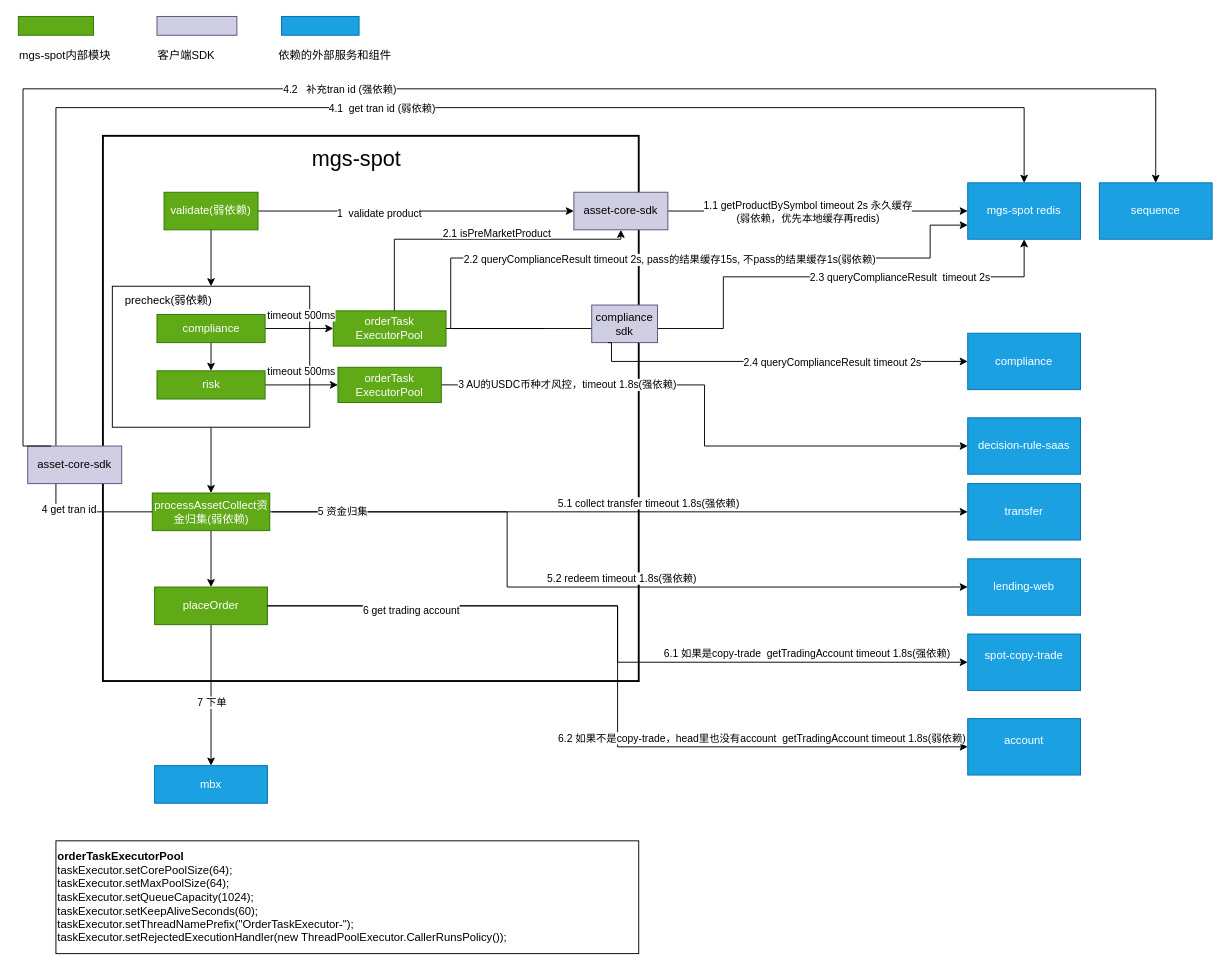
Before: doc/mgs-spot.drawio in jackjoesh/databend, a draw.io diagram. Source tidied: cells renumbered, new cells numbered last; positions are measured from the earlier drawing's top-left corner, leaving out a move shared by most shapes. Both pictures are drawn from the tidied source at 94%, with x=0, y=0 at pixel (18, 16).
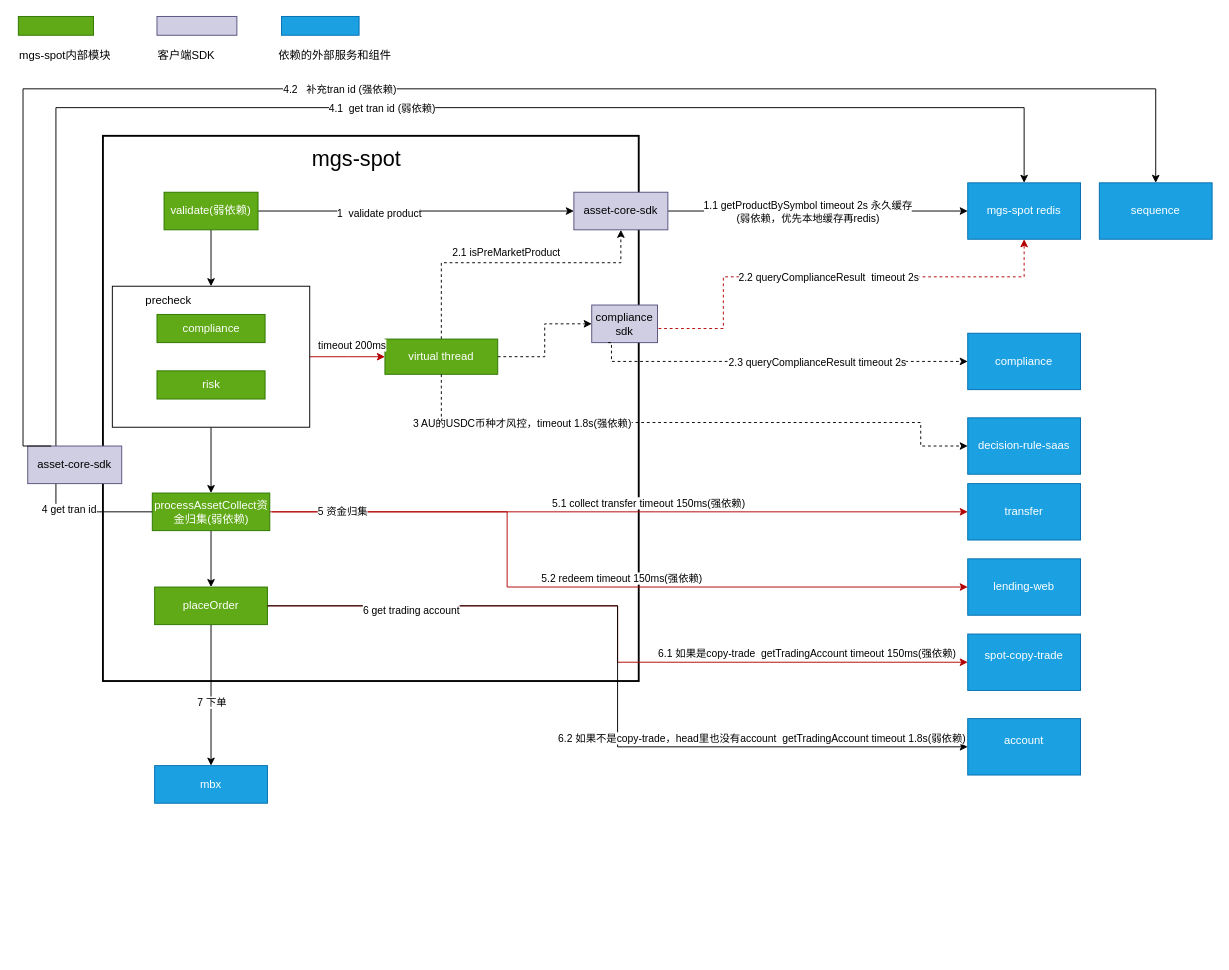
The same diagram, later.

Unchanged cells that the change refers to:
```xml
<mxCell id="11" style="rounded=0;whiteSpace=wrap;html=1;" parent="1" vertex="1">
  <mxGeometry x="100" y="287" width="210" height="150" as="geometry" />
</mxCell>
<mxCell id="15" value="processAssetCollect资金归集(弱依赖)" style="rounded=0;whiteSpace=wrap;html=1;fillColor=#60a917;fontColor=#ffffff;strokeColor=#2D7600;" parent="1" vertex="1">
  <mxGeometry x="142.5" y="507" width="125" height="40" as="geometry" />
</mxCell>
<mxCell id="18" value="placeOrder" style="rounded=0;whiteSpace=wrap;html=1;fillColor=#60a917;fontColor=#ffffff;strokeColor=#2D7600;" parent="1" vertex="1">
  <mxGeometry x="145" y="607" width="120" height="40" as="geometry" />
</mxCell>
<mxCell id="20" value="mgs-spot redis" style="rounded=0;whiteSpace=wrap;html=1;fillColor=#1ba1e2;fontColor=#ffffff;strokeColor=#006EAF;" parent="1" vertex="1">
  <mxGeometry x="1010" y="177" width="120" height="60" as="geometry" />
</mxCell>
<mxCell id="21" value="asset-core-sdk" style="rounded=0;whiteSpace=wrap;html=1;fillColor=#d0cee2;strokeColor=#56517e;" parent="1" vertex="1">
  <mxGeometry x="591" y="187" width="100" height="40" as="geometry" />
</mxCell>
<mxCell id="25" value="compliance" style="rounded=0;whiteSpace=wrap;html=1;fillColor=#60a917;fontColor=#ffffff;strokeColor=#2D7600;" parent="1" vertex="1">
  <mxGeometry x="147.5" y="317" width="115" height="30" as="geometry" />
</mxCell>
<mxCell id="27" value="risk" style="rounded=0;whiteSpace=wrap;html=1;fillColor=#60a917;fontColor=#ffffff;strokeColor=#2D7600;" parent="1" vertex="1">
  <mxGeometry x="147.5" y="377" width="115" height="30" as="geometry" />
</mxCell>
<mxCell id="33" value="compliance sdk" style="rounded=0;whiteSpace=wrap;html=1;fillColor=#d0cee2;strokeColor=#56517e;" parent="1" vertex="1">
  <mxGeometry x="610" y="307" width="70" height="40" as="geometry" />
</mxCell>
<mxCell id="37" value="decision-rule-saas" style="rounded=0;whiteSpace=wrap;html=1;fillColor=#1ba1e2;fontColor=#ffffff;strokeColor=#006EAF;" parent="1" vertex="1">
  <mxGeometry x="1010" y="427" width="120" height="60" as="geometry" />
</mxCell>
<mxCell id="39" value="transfer" style="rounded=0;whiteSpace=wrap;html=1;fillColor=#1ba1e2;fontColor=#ffffff;strokeColor=#006EAF;" parent="1" vertex="1">
  <mxGeometry x="1010" y="497" width="120" height="60" as="geometry" />
</mxCell>
<mxCell id="49" value="&lt;div&gt;spot-copy-trade&lt;/div&gt;&lt;div&gt;&lt;br&gt;&lt;/div&gt;" style="rounded=0;whiteSpace=wrap;html=1;fillColor=#1ba1e2;fontColor=#ffffff;strokeColor=#006EAF;" parent="1" vertex="1">
  <mxGeometry x="1010" y="657" width="120" height="60" as="geometry" />
</mxCell>
```

The edit, as a diff of the source:
```diff
@@
+    <mxCell id="73" style="edgeStyle=orthogonalEdgeStyle;rounded=0;jettySize=auto;html=1;exitX=1;exitY=0.5;exitDx=0;exitDy=0;fillColor=#e51400;strokeColor=#B20000;" parent="1" edge="1" source="11" target="29">
+      <mxGeometry relative="1" as="geometry" />
+    </mxCell>
@@
-    <mxCell id="13" style="edgeStyle=orthogonalEdgeStyle;rounded=0;jettySize=auto;html=1;exitX=1;exitY=0.5;exitDx=0;exitDy=0;entryX=0;entryY=0.5;entryDx=0;entryDy=0;" parent="1" edge="1" source="15" target="39">
+    <mxCell id="13" style="edgeStyle=orthogonalEdgeStyle;rounded=0;jettySize=auto;html=1;exitX=1;exitY=0.5;exitDx=0;exitDy=0;entryX=0;entryY=0.5;entryDx=0;entryDy=0;fillColor=#e51400;strokeColor=#B20000;" parent="1" edge="1" source="15" target="39">
       <mxGeometry relative="1" as="geometry" />
     </mxCell>
-    <mxCell id="14" value="5.1 collect transfer&amp;nbsp;timeout 1.8s(强依赖)&amp;nbsp;" style="edgeLabel;html=1;align=center;verticalAlign=middle;" parent="13" vertex="1">
+    <mxCell id="14" value="5.1 collect transfer&amp;nbsp;timeout 150ms(强依赖)&amp;nbsp;" style="edgeLabel;html=1;align=center;verticalAlign=middle;" parent="13" vertex="1">
       <mxGeometry x="-0.64" y="3" relative="1" as="geometry">
         <mxPoint x="270" y="-7" as="offset" />
       </mxGeometry>
     </mxCell>
@@
-    <mxCell id="22" value="precheck(弱依赖)" style="text;html=1;whiteSpace=wrap;strokeColor=none;fillColor=none;align=center;verticalAlign=middle;rounded=0;" parent="1" vertex="1">
+    <mxCell id="22" value="precheck" style="text;html=1;whiteSpace=wrap;strokeColor=none;fillColor=none;align=center;verticalAlign=middle;rounded=0;" parent="1" vertex="1">
       <mxGeometry x="100" y="287" width="120" height="30" as="geometry" />
     </mxCell>
-    <mxCell id="23" style="edgeStyle=orthogonalEdgeStyle;rounded=0;jettySize=auto;html=1;exitX=0.5;exitY=1;exitDx=0;exitDy=0;entryX=0.5;entryY=0;entryDx=0;entryDy=0;" parent="1" edge="1" source="25" target="27">
-      <mxGeometry relative="1" as="geometry" />
-    </mxCell>
-    <mxCell id="24" style="edgeStyle=orthogonalEdgeStyle;rounded=0;jettySize=auto;html=1;exitX=1;exitY=0.5;exitDx=0;exitDy=0;entryX=0;entryY=0.5;entryDx=0;entryDy=0;" parent="1" edge="1" source="25" target="29">
-      <mxGeometry relative="1" as="geometry" />
-    </mxCell>
@@
-    <mxCell id="26" style="edgeStyle=orthogonalEdgeStyle;rounded=0;jettySize=auto;html=1;exitX=1;exitY=0.5;exitDx=0;exitDy=0;entryX=0;entryY=0.5;entryDx=0;entryDy=0;" parent="1" edge="1" source="27" target="36">
-      <mxGeometry relative="1" as="geometry" />
-    </mxCell>
@@
-    <mxCell id="28" style="edgeStyle=orthogonalEdgeStyle;rounded=0;jettySize=auto;html=1;exitX=1;exitY=0.5;exitDx=0;exitDy=0;entryX=0.5;entryY=1;entryDx=0;entryDy=0;" parent="1" edge="1" source="29" target="21">
+    <mxCell id="28" style="edgeStyle=orthogonalEdgeStyle;rounded=0;jettySize=auto;html=1;exitX=0.5;exitY=0;exitDx=0;exitDy=0;entryX=0.5;entryY=1;entryDx=0;entryDy=0;dashed=1;" parent="1" edge="1" source="29" target="21">
       <mxGeometry relative="1" as="geometry">
         <Array as="points">
-          <mxPoint x="400" y="332" />
-          <mxPoint x="400" y="237" />
-          <mxPoint x="641" y="237" />
+          <mxPoint x="450" y="308" />
+          <mxPoint x="450" y="262" />
+          <mxPoint x="641" y="262" />
         </Array>
       </mxGeometry>
     </mxCell>
+    <mxCell id="74" style="edgeStyle=orthogonalEdgeStyle;rounded=0;jettySize=auto;html=1;exitX=1;exitY=0.5;exitDx=0;exitDy=0;entryX=0;entryY=0.5;entryDx=0;entryDy=0;dashed=1;" parent="1" edge="1" source="29" target="33">
+      <mxGeometry relative="1" as="geometry" />
+    </mxCell>
-    <mxCell id="29" value="orderTask&lt;div&gt;ExecutorPool&lt;/div&gt;" style="rounded=0;whiteSpace=wrap;html=1;fillColor=#60a917;fontColor=#ffffff;strokeColor=#2D7600;" parent="1" vertex="1">
-      <mxGeometry x="335" y="313.2" width="120" height="37.5" as="geometry" />
+    <mxCell id="29" value="virtual thread" style="rounded=0;whiteSpace=wrap;html=1;fillColor=#60a917;fontColor=#ffffff;strokeColor=#2D7600;" parent="1" vertex="1">
+      <mxGeometry x="390" y="343.2" width="120" height="37.5" as="geometry" />
     </mxCell>
-    <mxCell id="30" style="endArrow=classic;html=1;rounded=0;edgeStyle=orthogonalEdgeStyle;entryX=0.5;entryY=1;entryDx=0;entryDy=0;" parent="1" edge="1" target="20">
+    <mxCell id="30" style="endArrow=classic;html=1;rounded=0;edgeStyle=orthogonalEdgeStyle;entryX=0.5;entryY=1;entryDx=0;entryDy=0;dashed=1;exitX=1;exitY=0.5;exitDx=0;exitDy=0;fillColor=#e51400;strokeColor=#B20000;" parent="1" edge="1" source="33" target="20">
       <mxGeometry relative="1" as="geometry">
-        <mxPoint x="455" y="332" as="sourcePoint" />
         <Array as="points">
+          <mxPoint x="680" y="332" />
           <mxPoint x="750" y="332" />
           <mxPoint x="750" y="277" />
           <mxPoint x="1070" y="277" />
         </Array>
       </mxGeometry>
     </mxCell>
-    <mxCell id="31" value="2.3 queryComplianceResult&amp;nbsp; timeout 2s" style="edgeLabel;html=1;align=center;verticalAlign=middle;" parent="30" vertex="1">
+    <mxCell id="31" value="2.2 queryComplianceResult&amp;nbsp; timeout 2s" style="edgeLabel;html=1;align=center;verticalAlign=middle;" parent="30" vertex="1">
       <mxGeometry x="0.51" y="-4" relative="1" as="geometry">
-        <mxPoint x="1" y="-4" as="offset" />
+        <mxPoint x="-129" y="-4" as="offset" />
       </mxGeometry>
     </mxCell>
@@
-    <mxCell id="34" style="edgeStyle=orthogonalEdgeStyle;rounded=0;jettySize=auto;html=1;exitX=1;exitY=0.5;exitDx=0;exitDy=0;entryX=0;entryY=0.5;entryDx=0;entryDy=0;" parent="1" edge="1" source="36" target="37">
-      <mxGeometry relative="1" as="geometry" />
+    <mxCell id="34" style="edgeStyle=orthogonalEdgeStyle;rounded=0;jettySize=auto;html=1;exitX=0.5;exitY=1;exitDx=0;exitDy=0;entryX=0;entryY=0.5;entryDx=0;entryDy=0;dashed=1;" parent="1" edge="1" source="29" target="37">
+      <mxGeometry relative="1" as="geometry">
+        <Array as="points">
+          <mxPoint x="450" y="432" />
+          <mxPoint x="960" y="432" />
+          <mxPoint x="960" y="457" />
+        </Array>
+      </mxGeometry>
     </mxCell>
@@
-    <mxCell id="36" value="orderTask&lt;div&gt;ExecutorPool&lt;/div&gt;" style="rounded=0;whiteSpace=wrap;html=1;fillColor=#60a917;fontColor=#ffffff;strokeColor=#2D7600;" parent="1" vertex="1">
-      <mxGeometry x="340" y="373.2" width="110" height="37.5" as="geometry" />
-    </mxCell>
@@
-    <mxCell id="38" value="&lt;div&gt;&lt;b&gt;orderTaskExecutorPool&lt;/b&gt;&lt;/div&gt;&lt;div&gt;taskExecutor.setCorePoolSize(64);&lt;/div&gt;&lt;div&gt;taskExecutor.setMaxPoolSize(64);&lt;/div&gt;&lt;div&gt;taskExecutor.setQueueCapacity(1024);&lt;/div&gt;&lt;div&gt;taskExecutor.setKeepAliveSeconds(60);&lt;/div&gt;&lt;div&gt;taskExecutor.setThreadNamePrefix(&quot;OrderTaskExecutor-&quot;);&lt;/div&gt;&lt;div&gt;taskExecutor.setRejectedExecutionHandler(new ThreadPoolExecutor.CallerRunsPolicy());&lt;/div&gt;" style="rounded=0;whiteSpace=wrap;html=1;align=left;" parent="1" vertex="1">
-      <mxGeometry x="40" y="877" width="620" height="120" as="geometry" />
-    </mxCell>
@@
-    <mxCell id="46" style="endArrow=classic;html=1;rounded=0;edgeStyle=orthogonalEdgeStyle;" parent="1" edge="1">
+    <mxCell id="46" style="endArrow=classic;html=1;rounded=0;edgeStyle=orthogonalEdgeStyle;fillColor=#e51400;strokeColor=#B20000;" parent="1" edge="1">
       <mxGeometry relative="1" as="geometry">
         <mxPoint x="270" y="527" as="sourcePoint" />
         <mxPoint x="1010" y="607" as="targetPoint" />
         <Array as="points">
           <mxPoint x="520" y="607" />
         </Array>
       </mxGeometry>
     </mxCell>
-    <mxCell id="47" value="5.2 redeem&amp;nbsp;timeout 1.8s(强依赖)" style="edgeLabel;html=1;align=center;verticalAlign=middle;" parent="46" vertex="1">
+    <mxCell id="47" value="5.2 redeem&amp;nbsp;timeout 150ms(强依赖)" style="edgeLabel;html=1;align=center;verticalAlign=middle;" parent="46" vertex="1">
       <mxGeometry x="0.26" y="-1" relative="1" as="geometry">
         <mxPoint x="-66" y="-11" as="offset" />
       </mxGeometry>
     </mxCell>
@@
-    <mxCell id="51" style="endArrow=classic;html=1;rounded=0;entryX=0;entryY=0.5;entryDx=0;entryDy=0;edgeStyle=orthogonalEdgeStyle;exitX=1;exitY=0.5;exitDx=0;exitDy=0;" parent="1" edge="1" source="18" target="49">
+    <mxCell id="51" style="endArrow=classic;html=1;rounded=0;entryX=0;entryY=0.5;entryDx=0;entryDy=0;edgeStyle=orthogonalEdgeStyle;exitX=1;exitY=0.5;exitDx=0;exitDy=0;fillColor=#e51400;strokeColor=#B20000;" parent="1" edge="1" source="18" target="49">
       <mxGeometry relative="1" as="geometry" />
     </mxCell>
-    <mxCell id="52" value="6.1 如果是copy-trade&amp;nbsp; getTradingAccount timeout 1.8s(强依赖)" style="edgeLabel;html=1;align=center;verticalAlign=middle;" parent="51" vertex="1">
+    <mxCell id="52" value="6.1 如果是copy-trade&amp;nbsp; getTradingAccount timeout 150ms(强依赖)" style="edgeLabel;html=1;align=center;verticalAlign=middle;" parent="51" vertex="1">
       <mxGeometry x="0.35" relative="1" as="geometry">
         <mxPoint x="90" y="-10" as="offset" />
       </mxGeometry>
     </mxCell>
@@
-    <mxCell id="57" value="timeout 500ms" style="edgeLabel;html=1;align=center;verticalAlign=middle;" parent="1" vertex="1">
-      <mxGeometry x="300" y="317" as="geometry" />
-    </mxCell>
-    <mxCell id="58" value="timeout 500ms" style="edgeLabel;html=1;align=center;verticalAlign=middle;" parent="1" vertex="1">
-      <mxGeometry x="300" y="377" as="geometry" />
+    <mxCell id="58" value="timeout 200ms" style="edgeLabel;html=1;align=center;verticalAlign=middle;" parent="1" vertex="1">
+      <mxGeometry x="350" y="347" as="geometry">
+        <mxPoint x="4" y="2" as="offset" />
+      </mxGeometry>
     </mxCell>
-    <mxCell id="59" style="endArrow=classic;html=1;rounded=0;edgeStyle=orthogonalEdgeStyle;exitX=0.25;exitY=1;exitDx=0;exitDy=0;" parent="1" edge="1" source="33">
+    <mxCell id="59" style="endArrow=classic;html=1;rounded=0;edgeStyle=orthogonalEdgeStyle;exitX=0.25;exitY=1;exitDx=0;exitDy=0;dashed=1;" parent="1" edge="1" source="33">
       <mxGeometry relative="1" as="geometry">
         <mxPoint x="1010" y="367" as="targetPoint" />
         <Array as="points">
           <mxPoint x="631" y="347" />
           <mxPoint x="631" y="367" />
         </Array>
       </mxGeometry>
     </mxCell>
-    <mxCell id="60" value="2.4 queryComplianceResult timeout 2s" style="edgeLabel;html=1;align=center;verticalAlign=middle;" parent="59" vertex="1">
+    <mxCell id="60" value="2.3 queryComplianceResult timeout 2s" style="edgeLabel;html=1;align=center;verticalAlign=middle;" parent="59" vertex="1">
       <mxGeometry x="-0.12" y="3" relative="1" as="geometry">
-        <mxPoint x="81" y="3" as="offset" />
+        <mxPoint x="65" y="3" as="offset" />
       </mxGeometry>
     </mxCell>
     <mxCell id="61" value="&lt;span style=&quot;color: rgb(0, 0, 0); font-family: Helvetica; font-size: 11px; font-style: normal; font-variant-ligatures: normal; font-variant-caps: normal; font-weight: 400; letter-spacing: normal; orphans: 2; text-align: center; text-indent: 0px; text-transform: none; widows: 2; word-spacing: 0px; -webkit-text-stroke-width: 0px; white-space: nowrap; background-color: rgb(255, 255, 255); text-decoration-thickness: initial; text-decoration-style: initial; text-decoration-color: initial; float: none; display: inline !important;&quot;&gt;2.1 isPreMarketProduct&lt;/span&gt;" style="text;whiteSpace=wrap;html=1;" parent="1" vertex="1">
-      <mxGeometry x="450" y="217" width="120" height="20" as="geometry" />
+      <mxGeometry x="460" y="237" width="120" height="20" as="geometry" />
     </mxCell>
-    <mxCell id="62" style="endArrow=classic;html=1;rounded=0;entryX=0;entryY=0.5;entryDx=0;entryDy=0;edgeStyle=orthogonalEdgeStyle;" parent="1" edge="1">
-      <mxGeometry relative="1" as="geometry">
-        <mxPoint x="560" y="332" as="sourcePoint" />
-        <mxPoint x="1010" y="222" as="targetPoint" />
-        <Array as="points">
-          <mxPoint x="460" y="332" />
-          <mxPoint x="460" y="257" />
-          <mxPoint x="970" y="257" />
-          <mxPoint x="970" y="222" />
-        </Array>
-      </mxGeometry>
-    </mxCell>
-    <mxCell id="63" value="2.2 queryComplianceResult&amp;nbsp;timeout 2s, pass的结果缓存15s, 不pass的结果缓存1s(弱依赖)" style="edgeLabel;html=1;align=center;verticalAlign=middle;" parent="62" vertex="1">
-      <mxGeometry x="-0.39" y="-1" relative="1" as="geometry">
-        <mxPoint x="175" as="offset" />
-      </mxGeometry>
-    </mxCell>
```
